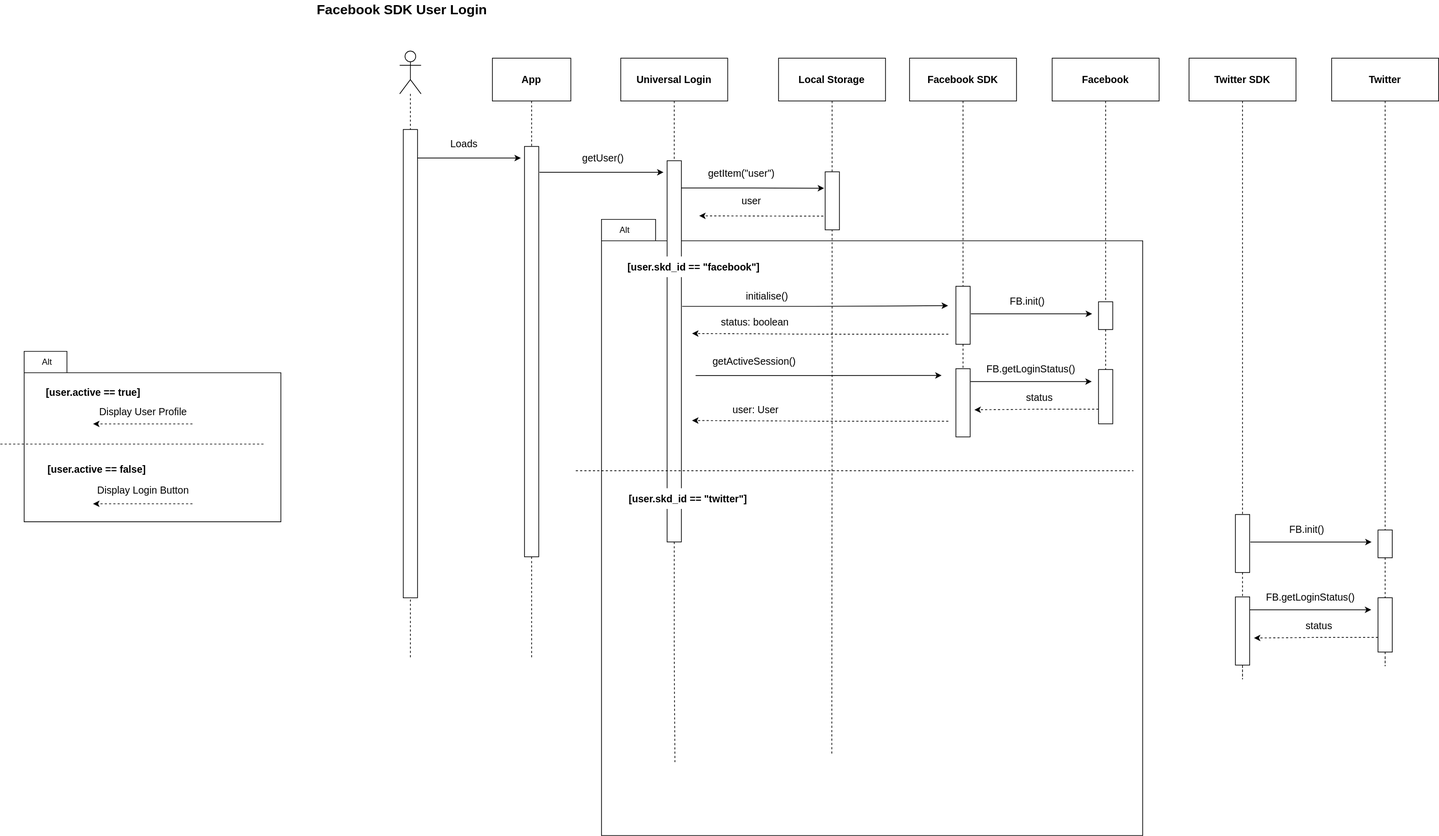
Earlier version of the draw.io export UML Sequence Diagrams/UML Sequence Diagram - Social Login Universal.svg (treeindev/uml-diagrams). Source tidied: cells renumbered, new cells last; positions are measured from the earlier drawing's top-left corner, leaving out a move shared by most shapes.
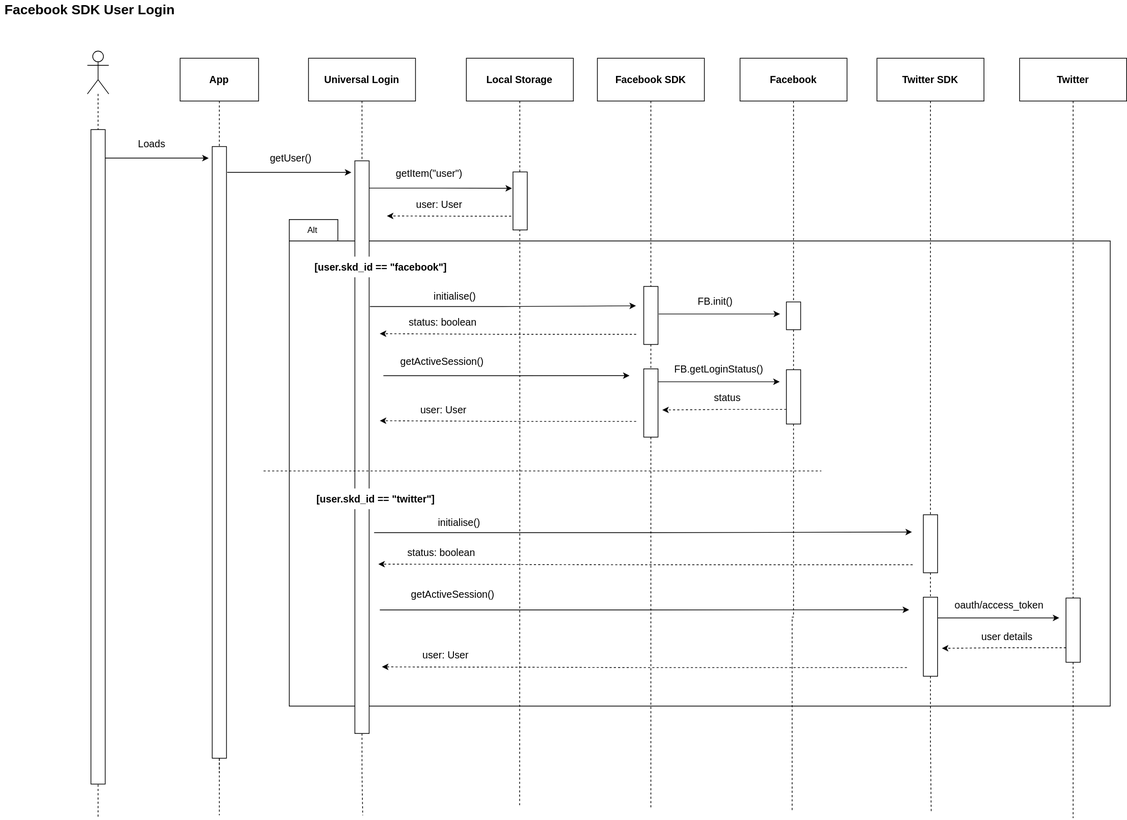
After the change.

The edit, as a diff of the source:
```diff
@@ -7,8 +7,8 @@
     </mxCell>
     <mxCell id="3" style="edgeStyle=orthogonalEdgeStyle;rounded=0;orthogonalLoop=1;jettySize=auto;html=1;dashed=1;fontSize=14;endArrow=none;endFill=0;startArrow=none;" parent="1" edge="1">
       <mxGeometry relative="1" as="geometry">
-        <mxPoint x="575" y="921" as="sourcePoint" />
-        <mxPoint x="575" y="751" as="targetPoint" />
+        <mxPoint x="575" y="1144" as="sourcePoint" />
+        <mxPoint x="575" y="831" as="targetPoint" />
       </mxGeometry>
     </mxCell>
     <mxCell id="4" style="shape=umlActor;verticalLabelPosition=bottom;verticalAlign=top;html=1;outlineConnect=0;" parent="1" vertex="1">
@@ -44,14 +44,11 @@
     <mxCell id="12" style="edgeStyle=orthogonalEdgeStyle;rounded=0;jettySize=auto;html=1;dashed=1;fontSize=14;endArrow=none;endFill=0;" parent="1" edge="1" source="4" target="15">
       <mxGeometry relative="1" as="geometry" />
     </mxCell>
-    <mxCell id="13" value="&lt;span style=&quot;color: rgba(0 , 0 , 0 , 0) ; font-family: monospace ; font-size: 0px ; font-weight: 400&quot;&gt;%3CmxGraphModel%3E%3Croot%3E%3CmxCell%20id%3D%220%22%2F%3E%3CmxCell%20id%3D%221%22%20parent%3D%220%22%2F%3E%3CmxCell%20id%3D%222%22%20value%3D%22%22%20style%3D%22rounded%3D0%3BwhiteSpace%3Dwrap%3Bhtml%3D1%3Bdashed%3D1%3BfontSize%3D14%3BstrokeColor%3Dnone%3BstrokeWidth%3D1%3BfillColor%3Ddefault%3B%22%20vertex%3D%221%22%20parent%3D%221%22%3E%3CmxGeometry%20x%3D%22-600%22%20y%3D%22476%22%20width%3D%2270%22%20height%3D%2234%22%20as%3D%22geometry%22%2F%3E%3C%2FmxCell%3E%3C%2Froot%3E%3C%2FmxGraphModel%3E&lt;/span&gt;" style="shape=folder;fontStyle=1;spacingTop=10;tabWidth=60;tabHeight=30;tabPosition=left;html=1;" parent="1" vertex="1">
-      <mxGeometry x="33.4" y="492" width="360" height="239" as="geometry" />
-    </mxCell>
     <mxCell id="14" style="rounded=0;whiteSpace=wrap;html=1;fontSize=14;rotation=90;" parent="1" vertex="1">
-      <mxGeometry x="457.3" y="482.4" width="575.3" height="20" as="geometry" />
+      <mxGeometry x="316.4" y="623.4" width="857.3" height="20" as="geometry" />
     </mxCell>
     <mxCell id="15" style="rounded=0;whiteSpace=wrap;html=1;fontSize=14;rotation=90;" parent="1" vertex="1">
-      <mxGeometry x="246.7" y="499.3" width="656.6" height="20" as="geometry" />
+      <mxGeometry x="116.4" y="629.6" width="917.3" height="20" as="geometry" />
     </mxCell>
     <mxCell id="16" style="edgeStyle=orthogonalEdgeStyle;rounded=0;jettySize=auto;html=1;fontSize=14;endArrow=none;endFill=0;dashed=1;" parent="1" edge="1" source="6" target="14">
       <mxGeometry relative="1" as="geometry" />
@@ -60,11 +57,11 @@
       <mxGeometry relative="1" as="geometry" />
     </mxCell>
     <mxCell id="18" value="&lt;span style=&quot;color: rgba(0 , 0 , 0 , 0) ; font-family: monospace ; font-size: 0px ; font-weight: 400&quot;&gt;%3CmxGraphModel%3E%3Croot%3E%3CmxCell%20id%3D%220%22%2F%3E%3CmxCell%20id%3D%221%22%20parent%3D%220%22%2F%3E%3CmxCell%20id%3D%222%22%20value%3D%22%22%20style%3D%22rounded%3D0%3BwhiteSpace%3Dwrap%3Bhtml%3D1%3Bdashed%3D1%3BfontSize%3D14%3BstrokeColor%3Dnone%3BstrokeWidth%3D1%3BfillColor%3Ddefault%3B%22%20vertex%3D%221%22%20parent%3D%221%22%3E%3CmxGeometry%20x%3D%22-600%22%20y%3D%22476%22%20width%3D%2270%22%20height%3D%2234%22%20as%3D%22geometry%22%2F%3E%3C%2FmxCell%3E%3C%2Froot%3E%3C%2FmxGraphModel%3E&lt;/span&gt;" style="shape=folder;fontStyle=1;spacingTop=10;tabWidth=60;tabHeight=30;tabPosition=left;html=1;" parent="1" vertex="1">
-      <mxGeometry x="843" y="307" width="759" height="864" as="geometry" />
+      <mxGeometry x="843" y="307" width="1151" height="682" as="geometry" />
     </mxCell>
     <mxCell id="19" style="edgeStyle=orthogonalEdgeStyle;rounded=0;jettySize=auto;html=1;dashed=1;fontSize=14;endArrow=none;endFill=0;startArrow=none;" parent="1" edge="1" source="29">
       <mxGeometry relative="1" as="geometry">
-        <mxPoint x="946" y="1068" as="targetPoint" />
+        <mxPoint x="946" y="1142" as="targetPoint" />
       </mxGeometry>
     </mxCell>
     <mxCell id="20" style="rounded=0;whiteSpace=wrap;html=1;fontSize=14;rotation=90;" parent="1" vertex="1">
@@ -107,7 +104,7 @@
       <mxGeometry x="625" y="191" width="50" height="20" as="geometry" />
     </mxCell>
     <mxCell id="29" style="rounded=0;whiteSpace=wrap;html=1;fontSize=14;rotation=90;" parent="1" vertex="1">
-      <mxGeometry x="677.8" y="482" width="534.5" height="20" as="geometry" />
+      <mxGeometry x="543.7" y="616.1" width="802.6" height="20" as="geometry" />
     </mxCell>
     <mxCell id="30" value="getUser()" style="text;html=1;align=center;verticalAlign=middle;strokeColor=none;fillColor=none;fontSize=14;" parent="1" vertex="1">
       <mxGeometry x="810" y="211" width="70" height="20" as="geometry" />
@@ -115,6 +112,11 @@
     <mxCell id="31" value="FB.init()" style="text;html=1;align=center;verticalAlign=middle;strokeColor=none;fillColor=none;fontSize=14;" parent="1" vertex="1">
       <mxGeometry x="1410" y="412" width="60" height="20" as="geometry" />
     </mxCell>
+    <mxCell id="85" style="edgeStyle=orthogonalEdgeStyle;rounded=0;jettySize=auto;html=1;dashed=1;endArrow=none;endFill=0;" parent="1" edge="1" source="32">
+      <mxGeometry relative="1" as="geometry">
+        <mxPoint x="1548" y="1135" as="targetPoint" />
+      </mxGeometry>
+    </mxCell>
     <mxCell id="32" style="rounded=0;whiteSpace=wrap;html=1;fontSize=14;rotation=90;" parent="1" vertex="1">
       <mxGeometry x="1511.9" y="545.6" width="76.1" height="20" as="geometry" />
     </mxCell>
@@ -130,6 +132,11 @@
     <mxCell id="35" value="FB.getLoginStatus()" style="text;html=1;align=center;verticalAlign=middle;strokeColor=none;fillColor=none;fontSize=14;" parent="1" vertex="1">
       <mxGeometry x="1375" y="507" width="140" height="20" as="geometry" />
     </mxCell>
+    <mxCell id="86" style="edgeStyle=orthogonalEdgeStyle;rounded=0;jettySize=auto;html=1;dashed=1;endArrow=none;endFill=0;" parent="1" edge="1" source="36">
+      <mxGeometry relative="1" as="geometry">
+        <mxPoint x="1350" y="1131" as="targetPoint" />
+      </mxGeometry>
+    </mxCell>
     <mxCell id="36" style="rounded=0;whiteSpace=wrap;html=1;fontSize=14;rotation=90;" parent="1" vertex="1">
       <mxGeometry x="1302.2" y="554.2" width="95.7" height="20" as="geometry" />
     </mxCell>
@@ -142,39 +149,9 @@
     <mxCell id="39" value="Facebook SDK User Login" style="text;html=1;align=center;verticalAlign=middle;strokeColor=none;fillColor=none;fontStyle=1;fontSize=19;" parent="1" vertex="1">
       <mxGeometry x="438" width="249" height="27" as="geometry" />
     </mxCell>
-    <mxCell id="40" style="line;strokeWidth=1;fillColor=none;align=left;verticalAlign=middle;spacingTop=-1;spacingLeft=3;spacingRight=3;labelPosition=right;rounded=0;fontSize=14;dashed=1;" parent="1" vertex="1">
-      <mxGeometry y="618" width="369.4" height="8" as="geometry" />
-    </mxCell>
-    <mxCell id="41" value="&amp;nbsp; Alt&amp;nbsp;" style="text;html=1;align=center;verticalAlign=middle;strokeColor=none;fillColor=default;rounded=0;strokeWidth=1;spacing=2;" parent="1" vertex="1">
-      <mxGeometry x="44" y="497" width="40" height="20" as="geometry" />
-    </mxCell>
-    <mxCell id="42" value="[user.active == true]" style="text;html=1;align=center;verticalAlign=middle;strokeColor=none;fillColor=default;fontStyle=1;fontSize=14;spacing=4;" parent="1" vertex="1">
-      <mxGeometry x="50" y="535.1" width="160" height="30" as="geometry" />
-    </mxCell>
-    <mxCell id="43" style="edgeStyle=elbowEdgeStyle;elbow=horizontal;endArrow=classic;html=1;rounded=0;fontSize=14;dashed=1;" parent="1" edge="1">
-      <mxGeometry x="-740.6" y="510" as="geometry">
-        <mxPoint x="269.4" y="593.8" as="sourcePoint" />
-        <mxPoint x="130" y="593.8" as="targetPoint" />
-      </mxGeometry>
-    </mxCell>
-    <mxCell id="44" value="Display User Profile" style="text;html=1;align=center;verticalAlign=middle;strokeColor=none;fillColor=none;fontSize=14;" parent="1" vertex="1">
-      <mxGeometry x="130" y="567" width="140" height="20" as="geometry" />
-    </mxCell>
-    <mxCell id="45" value="[user.active == false]" style="text;html=1;align=center;verticalAlign=middle;strokeColor=none;fillColor=default;fontStyle=1;fontSize=14;spacing=4;" parent="1" vertex="1">
-      <mxGeometry x="55.3" y="643.1" width="160" height="30" as="geometry" />
-    </mxCell>
-    <mxCell id="46" style="edgeStyle=elbowEdgeStyle;elbow=horizontal;endArrow=classic;html=1;rounded=0;fontSize=14;dashed=1;" parent="1" edge="1">
-      <mxGeometry x="-740.6" y="510" as="geometry">
-        <mxPoint x="269.4" y="705.8" as="sourcePoint" />
-        <mxPoint x="130" y="705.8" as="targetPoint" />
-      </mxGeometry>
-    </mxCell>
-    <mxCell id="47" value="Display Login Button" style="text;html=1;align=center;verticalAlign=middle;strokeColor=none;fillColor=none;fontSize=14;" parent="1" vertex="1">
-      <mxGeometry x="130" y="677" width="140" height="20" as="geometry" />
-    </mxCell>
     <mxCell id="48" style="edgeStyle=orthogonalEdgeStyle;rounded=0;jettySize=auto;html=1;endArrow=none;endFill=0;dashed=1;" parent="1" edge="1" source="49">
       <mxGeometry relative="1" as="geometry">
-        <mxPoint x="1166" y="1057" as="targetPoint" />
+        <mxPoint x="1166" y="1128" as="targetPoint" />
       </mxGeometry>
     </mxCell>
     <mxCell id="49" value="Local Storage" style="rounded=0;whiteSpace=wrap;html=1;fontStyle=1;fontSize=14;" parent="1" vertex="1">
@@ -201,8 +178,8 @@
         </Array>
       </mxGeometry>
     </mxCell>
-    <mxCell id="54" value="user" style="text;html=1;align=center;verticalAlign=middle;strokeColor=none;fillColor=none;fontSize=14;" parent="1" vertex="1">
-      <mxGeometry x="1032.7" y="271" width="40" height="20" as="geometry" />
+    <mxCell id="54" value="user: User" style="text;html=1;align=center;verticalAlign=middle;strokeColor=none;fillColor=none;fontSize=14;" parent="1" vertex="1">
+      <mxGeometry x="1015.7" y="275" width="75" height="21" as="geometry" />
     </mxCell>
     <mxCell id="55" value="&amp;nbsp; Alt&amp;nbsp;" style="text;html=1;align=center;verticalAlign=middle;strokeColor=none;fillColor=default;rounded=0;strokeWidth=1;spacing=2;" parent="1" vertex="1">
       <mxGeometry x="853.6" y="312" width="40" height="20" as="geometry" />
@@ -254,7 +231,7 @@
     </mxCell>
     <mxCell id="67" style="edgeStyle=orthogonalEdgeStyle;rounded=0;jettySize=auto;html=1;dashed=1;fontSize=14;endArrow=none;endFill=0;startArrow=none;" parent="1" edge="1" source="82">
       <mxGeometry relative="1" as="geometry">
-        <mxPoint x="1742" y="921.9" as="targetPoint" />
+        <mxPoint x="1743" y="1139" as="targetPoint" />
       </mxGeometry>
     </mxCell>
     <mxCell id="68" value="Twitter SDK" style="rounded=0;whiteSpace=wrap;html=1;fontStyle=1;fontSize=14;" parent="1" vertex="1">
@@ -262,7 +239,7 @@
     </mxCell>
     <mxCell id="69" style="edgeStyle=orthogonalEdgeStyle;rounded=0;jettySize=auto;html=1;dashed=1;fontSize=14;endArrow=none;endFill=0;startArrow=none;" parent="1" edge="1" source="78">
       <mxGeometry relative="1" as="geometry">
-        <mxPoint x="1942" y="921.9" as="targetPoint" />
+        <mxPoint x="1942" y="1146" as="targetPoint" />
       </mxGeometry>
     </mxCell>
     <mxCell id="70" value="Twitter" style="rounded=0;whiteSpace=wrap;html=1;fontStyle=1;fontSize=14;" parent="1" vertex="1">
@@ -274,50 +251,83 @@
     <mxCell id="72" style="edgeStyle=orthogonalEdgeStyle;rounded=0;jettySize=auto;html=1;dashed=1;fontSize=14;endArrow=none;endFill=0;" parent="1" edge="1" source="68" target="71">
       <mxGeometry relative="1" as="geometry" />
     </mxCell>
-    <mxCell id="73" style="rounded=0;whiteSpace=wrap;html=1;fontSize=14;rotation=90;" parent="1" vertex="1">
-      <mxGeometry x="1922.5" y="752" width="38.9" height="20" as="geometry" />
-    </mxCell>
-    <mxCell id="74" style="edgeStyle=orthogonalEdgeStyle;rounded=0;jettySize=auto;html=1;dashed=1;fontSize=14;endArrow=none;endFill=0;" parent="1" edge="1" source="70" target="73">
-      <mxGeometry relative="1" as="geometry" />
+    <mxCell id="74" style="edgeStyle=orthogonalEdgeStyle;rounded=0;jettySize=auto;html=1;dashed=1;fontSize=14;endArrow=none;endFill=0;" parent="1" edge="1" source="70">
+      <mxGeometry relative="1" as="geometry">
+        <mxPoint x="1942" y="784" as="targetPoint" />
+      </mxGeometry>
     </mxCell>
-    <mxCell id="75" style="edgeStyle=elbowEdgeStyle;elbow=horizontal;endArrow=classic;html=1;rounded=0;fontSize=14;" parent="1" edge="1">
-      <mxGeometry relative="1" as="geometry">
-        <mxPoint x="1753" y="759.4" as="sourcePoint" />
-        <mxPoint x="1923" y="759.4" as="targetPoint" />
-      </mxGeometry>
-    </mxCell>
     <mxCell id="76" style="edgeStyle=elbowEdgeStyle;elbow=horizontal;endArrow=classic;html=1;rounded=0;fontSize=14;dashed=1;" parent="1" edge="1">
       <mxGeometry relative="1" as="geometry">
-        <mxPoint x="1932" y="893.2" as="sourcePoint" />
-        <mxPoint x="1758" y="894" as="targetPoint" />
+        <mxPoint x="1932" y="907.2" as="sourcePoint" />
+        <mxPoint x="1758" y="908" as="targetPoint" />
       </mxGeometry>
     </mxCell>
-    <mxCell id="77" value="FB.init()" style="text;html=1;align=center;verticalAlign=middle;strokeColor=none;fillColor=none;fontSize=14;" parent="1" vertex="1">
-      <mxGeometry x="1802" y="732" width="60" height="20" as="geometry" />
-    </mxCell>
     <mxCell id="78" style="rounded=0;whiteSpace=wrap;html=1;fontSize=14;rotation=90;" parent="1" vertex="1">
-      <mxGeometry x="1903.9" y="865.6" width="76.1" height="20" as="geometry" />
+      <mxGeometry x="1897" y="872.6" width="90.1" height="20" as="geometry" />
     </mxCell>
-    <mxCell id="79" style="edgeStyle=orthogonalEdgeStyle;rounded=0;jettySize=auto;html=1;dashed=1;fontSize=14;endArrow=none;endFill=0;startArrow=none;" parent="1" edge="1" source="73" target="78">
-      <mxGeometry relative="1" as="geometry" />
+    <mxCell id="79" style="edgeStyle=orthogonalEdgeStyle;rounded=0;jettySize=auto;html=1;dashed=1;fontSize=14;endArrow=none;endFill=0;startArrow=none;" parent="1" edge="1" target="78">
+      <mxGeometry relative="1" as="geometry">
+        <mxPoint x="1942" y="781.5" as="sourcePoint" />
+      </mxGeometry>
     </mxCell>
     <mxCell id="80" style="edgeStyle=elbowEdgeStyle;elbow=horizontal;endArrow=classic;html=1;rounded=0;fontSize=14;" parent="1" edge="1">
       <mxGeometry relative="1" as="geometry">
-        <mxPoint x="1752.5" y="854.4" as="sourcePoint" />
-        <mxPoint x="1922.5" y="854.4" as="targetPoint" />
+        <mxPoint x="1752.5" y="865.4" as="sourcePoint" />
+        <mxPoint x="1922.5" y="865.4" as="targetPoint" />
       </mxGeometry>
     </mxCell>
-    <mxCell id="81" value="FB.getLoginStatus()" style="text;html=1;align=center;verticalAlign=middle;strokeColor=none;fillColor=none;fontSize=14;" parent="1" vertex="1">
-      <mxGeometry x="1767" y="827" width="140" height="20" as="geometry" />
+    <mxCell id="81" value="oauth/access_token" style="text;html=1;align=center;verticalAlign=middle;strokeColor=none;fillColor=none;fontSize=14;" parent="1" vertex="1">
+      <mxGeometry x="1770" y="838" width="135" height="21" as="geometry" />
     </mxCell>
     <mxCell id="82" style="rounded=0;whiteSpace=wrap;html=1;fontSize=14;rotation=90;" parent="1" vertex="1">
-      <mxGeometry x="1694.2" y="874.2" width="95.7" height="20" as="geometry" />
+      <mxGeometry x="1686.6" y="881.8" width="110.8" height="20" as="geometry" />
     </mxCell>
     <mxCell id="83" style="edgeStyle=orthogonalEdgeStyle;rounded=0;jettySize=auto;html=1;dashed=1;fontSize=14;endArrow=none;endFill=0;startArrow=none;" parent="1" edge="1" source="71" target="82">
       <mxGeometry relative="1" as="geometry" />
     </mxCell>
-    <mxCell id="84" value="status" style="text;html=1;align=center;verticalAlign=middle;strokeColor=none;fillColor=none;fontSize=14;" parent="1" vertex="1">
-      <mxGeometry x="1823.9" y="867" width="50" height="20" as="geometry" />
+    <mxCell id="84" value="user details" style="text;html=1;align=center;verticalAlign=middle;strokeColor=none;fillColor=none;fontSize=14;" parent="1" vertex="1">
+      <mxGeometry x="1807.9" y="881" width="82" height="21" as="geometry" />
     </mxCell>
+    <mxCell id="87" style="edgeStyle=elbowEdgeStyle;elbow=horizontal;endArrow=classic;html=1;rounded=0;fontSize=14;" parent="1" edge="1">
+      <mxGeometry relative="1" as="geometry">
+        <mxPoint x="962" y="746" as="sourcePoint" />
+        <mxPoint x="1716" y="745" as="targetPoint" />
+      </mxGeometry>
+    </mxCell>
+    <mxCell id="88" value="initialise()" style="text;html=1;align=center;verticalAlign=middle;strokeColor=none;fillColor=none;fontSize=14;" parent="1" vertex="1">
+      <mxGeometry x="1045.9" y="722" width="70" height="20" as="geometry" />
+    </mxCell>
+    <mxCell id="89" style="edgeStyle=elbowEdgeStyle;elbow=horizontal;endArrow=classic;html=1;rounded=0;fontSize=14;dashed=1;" parent="1" edge="1">
+      <mxGeometry relative="1" as="geometry">
+        <mxPoint x="1717" y="791" as="sourcePoint" />
+        <mxPoint x="968" y="790" as="targetPoint" />
+      </mxGeometry>
+    </mxCell>
+    <mxCell id="90" value="status: boolean" style="text;html=1;align=center;verticalAlign=middle;strokeColor=none;fillColor=none;fontSize=14;" parent="1" vertex="1">
+      <mxGeometry x="1001" y="764" width="110" height="20" as="geometry" />
+    </mxCell>
+    <mxCell id="91" style="edgeStyle=elbowEdgeStyle;elbow=horizontal;endArrow=classic;html=1;rounded=0;fontSize=14;" parent="1" edge="1">
+      <mxGeometry relative="1" as="geometry">
+        <mxPoint x="970" y="854.2" as="sourcePoint" />
+        <mxPoint x="1712" y="854" as="targetPoint" />
+      </mxGeometry>
+    </mxCell>
+    <mxCell id="92" value="getActiveSession()" style="text;html=1;align=center;verticalAlign=middle;strokeColor=none;fillColor=none;fontSize=14;" parent="1" vertex="1">
+      <mxGeometry x="1007" y="823" width="130" height="20" as="geometry" />
+    </mxCell>
+    <mxCell id="93" style="edgeStyle=elbowEdgeStyle;elbow=horizontal;endArrow=classic;html=1;rounded=0;fontSize=14;dashed=1;" parent="1" edge="1">
+      <mxGeometry relative="1" as="geometry">
+        <mxPoint x="1709" y="935" as="sourcePoint" />
+        <mxPoint x="973" y="934" as="targetPoint" />
+      </mxGeometry>
+    </mxCell>
+    <mxCell id="94" value="user: User" style="text;html=1;align=center;verticalAlign=middle;strokeColor=none;fillColor=none;fontSize=14;" parent="1" vertex="1">
+      <mxGeometry x="1024" y="908" width="75" height="21" as="geometry" />
+    </mxCell>
+    <mxCell id="95" style="edgeStyle=orthogonalEdgeStyle;rounded=0;jettySize=auto;html=1;fontSize=14;endArrow=none;endFill=0;dashed=1;startArrow=none;" parent="1" edge="1" source="14">
+      <mxGeometry relative="1" as="geometry">
+        <mxPoint x="745" y="1142" as="targetPoint" />
+      </mxGeometry>
+    </mxCell>
   </root>
 </mxGraphModel>
```
